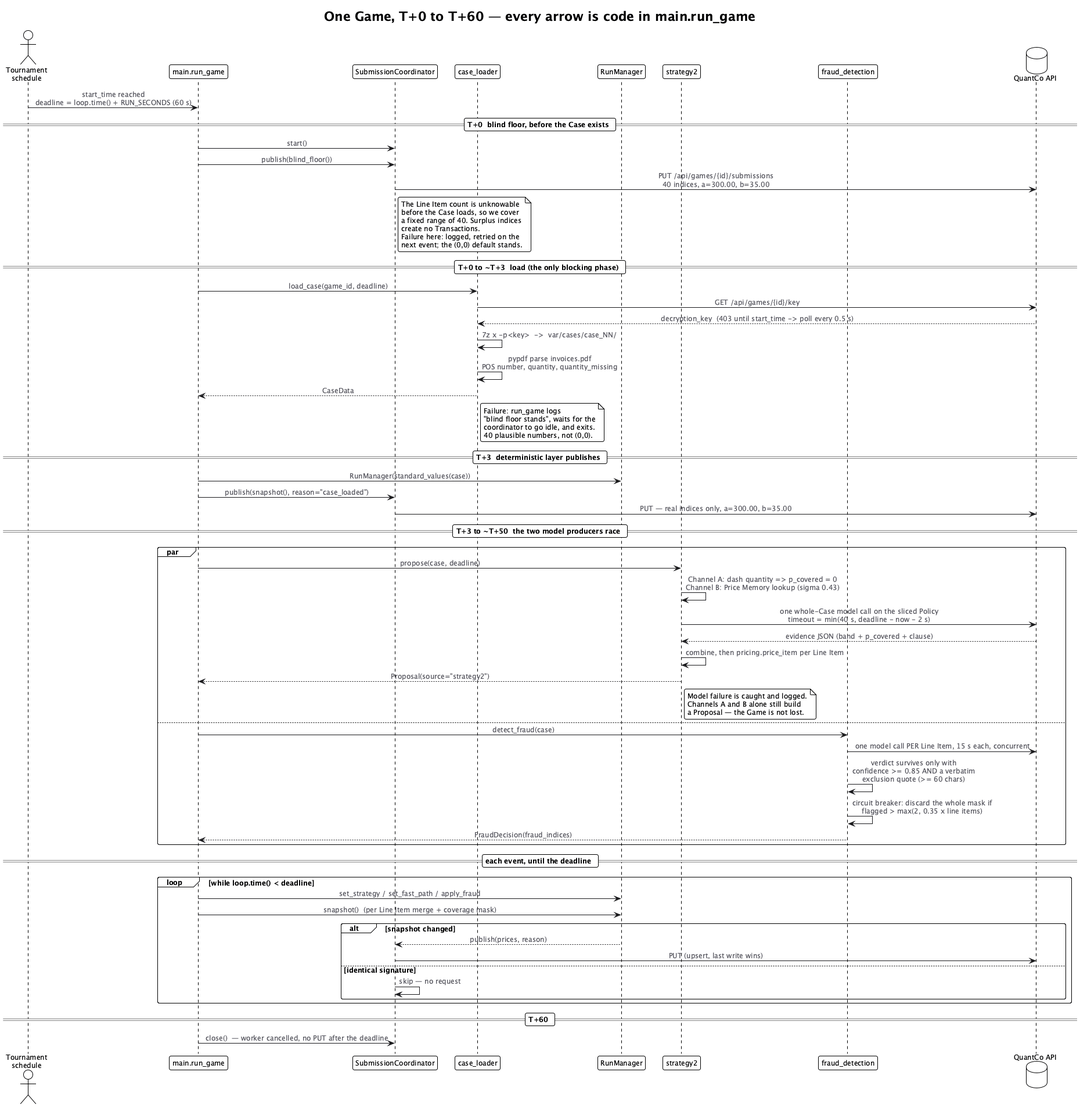
eixfachZabii/WireClaim keeps this PlantUML diagram as docs/diagrams/01-game-timeline.png. Above is the earlier version. Its diagram source:
```plantuml
@startuml
skinparamlocked dpiScale 2
!theme plain
skinparam backgroundColor #FFFFFF
skinparam shadowing false
skinparam roundCorner 6
skinparam defaultFontName "Inter, Helvetica, Arial, sans-serif"
skinparam defaultFontSize 12
skinparam ArrowColor #18181B
skinparam ArrowFontColor #52525B
skinparam sequenceMessageAlign center

title One Game, T+0 to T+60 — every arrow is code in main.run_game

actor "Tournament\nschedule" as Sched
participant "main.run_game" as Run
participant "SubmissionCoordinator" as SC
participant "case_loader" as Loader
participant "RunManager" as RM
participant "strategy2" as S2
participant "fraud_detection" as FD
database "QuantCo API" as API

Sched -> Run : start_time reached\ndeadline = loop.time() + RUN_SECONDS (60 s)

== T+0  blind floor, before the Case exists ==
Run -> SC : start()
Run -> SC : publish(blind_floor())
SC -> API : PUT /api/games/{id}/submissions\n40 indices, a=300.00, b=35.00
note right of SC
  The Line Item count is unknowable
  before the Case loads, so we cover
  a fixed range of 40. Surplus indices
  create no Transactions.
  Failure here: logged, retried on the
  next event; the (0,0) default stands.
end note

== T+0 to ~T+3  load (the only blocking phase) ==
Run -> Loader : load_case(game_id, deadline)
Loader -> API : GET /api/games/{id}/key
API --> Loader : decryption_key  (403 until start_time -> poll every 0.5 s)
Loader -> Loader : 7z x -p<key>  ->  var/cases/case_NN/
Loader -> Loader : pypdf parse invoices.pdf\nPOS number, quantity, quantity_missing
Loader --> Run : CaseData
note right of Loader
  Failure: run_game logs
  "blind floor stands", waits for the
  coordinator to go idle, and exits.
  40 plausible numbers, not (0,0).
end note

== T+3  deterministic layer publishes ==
Run -> RM : RunManager(standard_values(case))
Run -> SC : publish(snapshot(), reason="case_loaded")
SC -> API : PUT — real indices only, a=300.00, b=35.00

== T+3 to ~T+50  the two model producers race ==
par
  Run -> S2 : propose(case, deadline)
  S2 -> S2 : Channel A: dash quantity => p_covered = 0\nChannel B: Price Memory lookup (sigma 0.43)
  S2 -> API : one whole-Case model call on the sliced Policy\ntimeout = min(40 s, deadline - now - 2 s)
  API --> S2 : evidence JSON (band + p_covered + clause)
  S2 -> S2 : combine, then pricing.price_item per Line Item
  S2 --> Run : Proposal(source="strategy2")
  note right of S2
    Model failure is caught and logged.
    Channels A and B alone still build
    a Proposal — the Game is not lost.
  end note
else
  Run -> FD : detect_fraud(case)
  FD -> API : one model call PER Line Item, 15 s each, concurrent
  FD -> FD : verdict survives only with\nconfidence >= 0.85 AND a verbatim\nexclusion quote (>= 60 chars)
  FD -> FD : circuit breaker: discard the whole mask if\nflagged > max(2, 0.35 x line items)
  FD --> Run : FraudDecision(fraud_indices)
end

== each event, until the deadline ==
loop while loop.time() < deadline
  Run -> RM : set_strategy / set_fast_path / apply_fraud
  Run -> RM : snapshot()  (per Line Item merge + coverage mask)
  alt snapshot changed
    RM --> SC : publish(prices, reason)
    SC -> API : PUT (upsert, last write wins)
  else identical signature
    SC -> SC : skip — no request
  end
end

== T+60 ==
Run -> SC : close()  — worker cancelled, no PUT after the deadline
@enduml
```
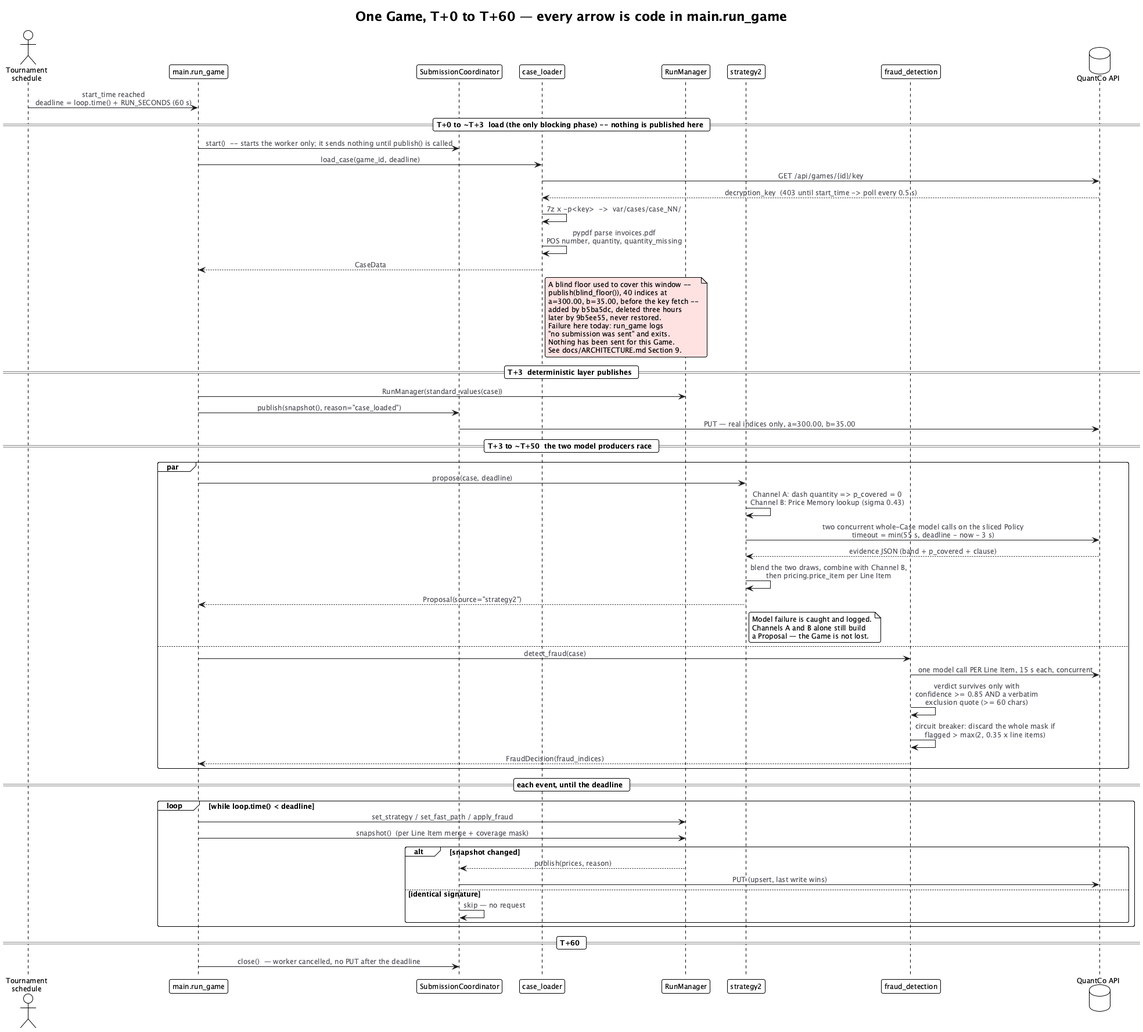
Above is the later version.

Commit message:
Diagrams: repoint at the restructured tree, and stop showing a floor that is gone

Diff of the diagram source:
```diff
@@ -23,31 +23,24 @@
 
 Sched -> Run : start_time reached\ndeadline = loop.time() + RUN_SECONDS (60 s)
 
-== T+0  blind floor, before the Case exists ==
-Run -> SC : start()
-Run -> SC : publish(blind_floor())
-SC -> API : PUT /api/games/{id}/submissions\n40 indices, a=300.00, b=35.00
-note right of SC
-  The Line Item count is unknowable
-  before the Case loads, so we cover
-  a fixed range of 40. Surplus indices
-  create no Transactions.
-  Failure here: logged, retried on the
-  next event; the (0,0) default stands.
-end note
-
-== T+0 to ~T+3  load (the only blocking phase) ==
+== T+0 to ~T+3  load (the only blocking phase) -- nothing is published here ==
+Run -> SC : start()  -- starts the worker only; it sends nothing until publish() is called
 Run -> Loader : load_case(game_id, deadline)
 Loader -> API : GET /api/games/{id}/key
 API --> Loader : decryption_key  (403 until start_time -> poll every 0.5 s)
 Loader -> Loader : 7z x -p<key>  ->  var/cases/case_NN/
 Loader -> Loader : pypdf parse invoices.pdf\nPOS number, quantity, quantity_missing
 Loader --> Run : CaseData
-note right of Loader
-  Failure: run_game logs
-  "blind floor stands", waits for the
-  coordinator to go idle, and exits.
-  40 plausible numbers, not (0,0).
+note right of Loader #FEE2E2
+  A blind floor used to cover this window --
+  publish(blind_floor()), 40 indices at
+  a=300.00, b=35.00, before the key fetch --
+  added by b5ba5dc, deleted three hours
+  later by 9b5ee55, never restored.
+  Failure here today: run_game logs
+  "no submission was sent" and exits.
+  Nothing has been sent for this Game.
+  See docs/ARCHITECTURE.md Section 9.
 end note
 
 == T+3  deterministic layer publishes ==
@@ -59,9 +52,9 @@
 par
   Run -> S2 : propose(case, deadline)
   S2 -> S2 : Channel A: dash quantity => p_covered = 0\nChannel B: Price Memory lookup (sigma 0.43)
-  S2 -> API : one whole-Case model call on the sliced Policy\ntimeout = min(40 s, deadline - now - 2 s)
+  S2 -> API : two concurrent whole-Case model calls on the sliced Policy\ntimeout = min(55 s, deadline - now - 3 s)
   API --> S2 : evidence JSON (band + p_covered + clause)
-  S2 -> S2 : combine, then pricing.price_item per Line Item
+  S2 -> S2 : blend the two draws, combine with Channel B,\nthen pricing.price_item per Line Item
   S2 --> Run : Proposal(source="strategy2")
   note right of S2
     Model failure is caught and logged.
```
